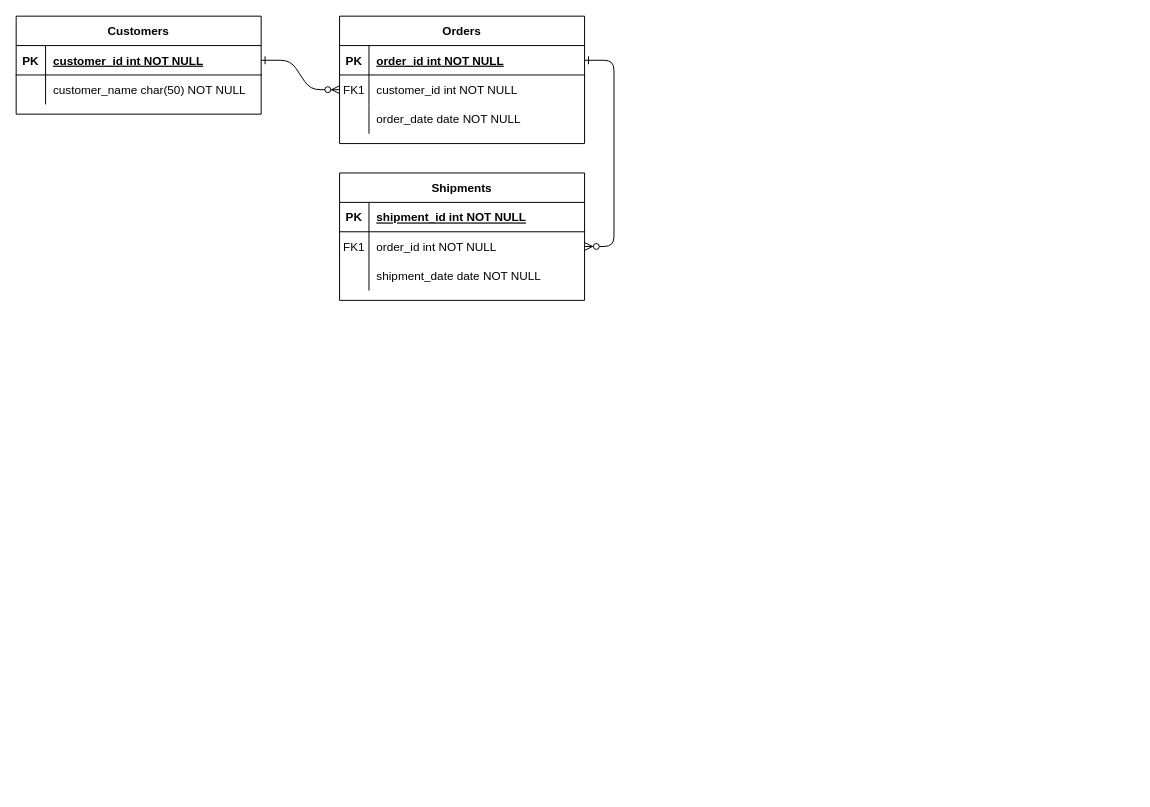
Above: Диаграмма без названия.drawio in Web-destiny/appNotes (draw.io), before the change. Source tidied: cells renumbered, new cells numbered last; positions are measured from the earlier drawing's top-left corner, leaving out a move shared by most shapes. Both pictures are drawn from the tidied source at 98%, with x=0, y=0 at pixel (16, 16).
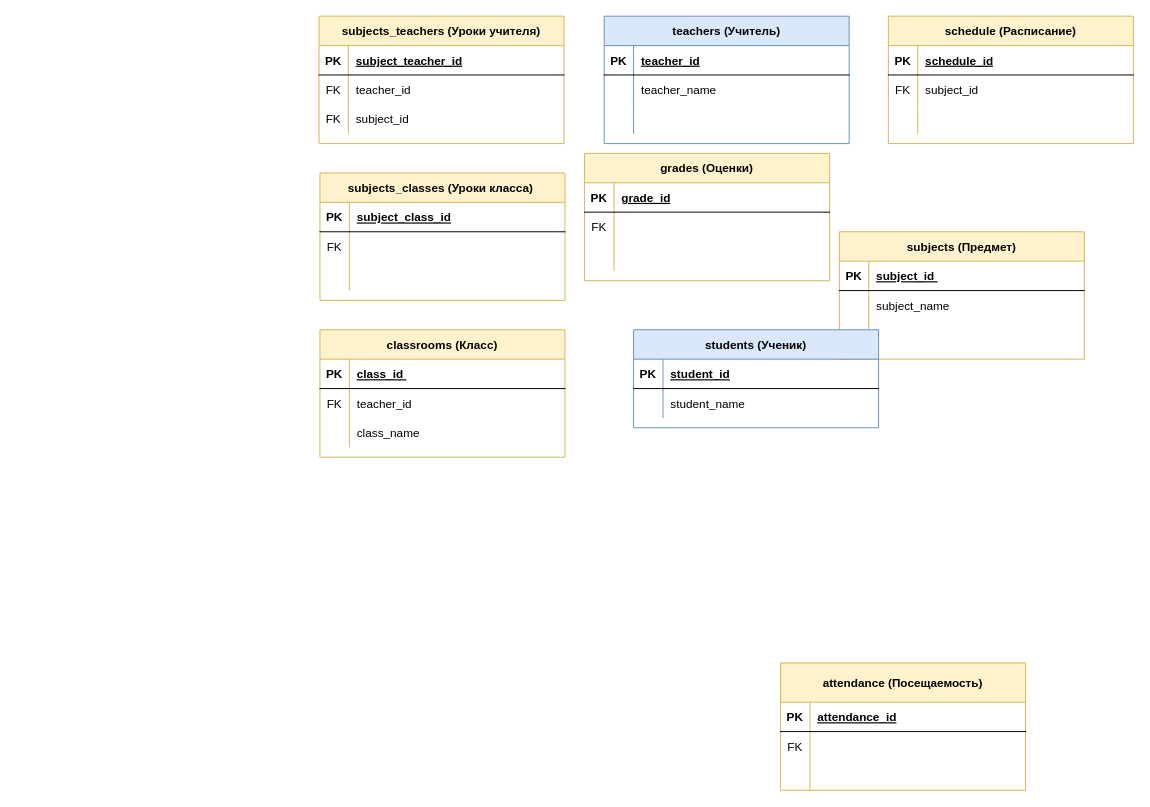
After the change.

The change refers to these unchanged cells:
```xml
<mxCell id="5" style="shape=partialRectangle;fillColor=none;points=[[0,0.5],[1,0.5]];portConstraint=eastwest;top=0;left=0;right=0;bottom=1;" parent="4" vertex="1">
  <mxGeometry y="30" width="250" height="30" as="geometry" />
</mxCell>
<mxCell id="8" style="shape=partialRectangle;fillColor=none;points=[[0,0.5],[1,0.5]];portConstraint=eastwest;top=0;left=0;right=0;bottom=0;" parent="4" vertex="1">
  <mxGeometry y="60" width="250" height="30" as="geometry" />
</mxCell>
<mxCell id="11" style="shape=partialRectangle;fillColor=none;top=0;left=0;right=0;bottom=0;" parent="4" vertex="1">
  <mxGeometry y="90" width="250" height="30" as="geometry" />
</mxCell>
<mxCell id="15" style="shape=partialRectangle;fillColor=none;top=0;left=0;right=0;bottom=1;" parent="14" vertex="1">
  <mxGeometry y="30" width="250" height="30" as="geometry" />
</mxCell>
<mxCell id="25" style="shape=partialRectangle;fillColor=none;points=[[0,0.5],[1,0.5]];portConstraint=eastwest;top=0;left=0;right=0;bottom=1;" parent="24" vertex="1">
  <mxGeometry y="30" width="250" height="30" as="geometry" />
</mxCell>
<mxCell id="28" style="shape=partialRectangle;fillColor=none;top=0;left=0;right=0;bottom=0;" parent="24" vertex="1">
  <mxGeometry y="60" width="250" height="30" as="geometry" />
</mxCell>
```

The edit, as a diff of the source:
```diff
@@
-    <mxCell id="2" style="edgeStyle=entityRelationEdgeStyle;endArrow=ERzeroToMany;startArrow=ERone;endFill=1;startFill=0;" parent="1" edge="1" source="25" target="8">
-      <mxGeometry relative="1" as="geometry" />
-    </mxCell>
-    <mxCell id="3" style="edgeStyle=entityRelationEdgeStyle;endArrow=ERzeroToMany;startArrow=ERone;endFill=1;startFill=0;" parent="1" edge="1" source="5" target="18">
-      <mxGeometry relative="1" as="geometry" />
-    </mxCell>
-    <mxCell id="4" value="Orders" style="shape=table;startSize=30;childLayout=tableLayout;rowLines=0;fontStyle=1;align=center;" parent="1" vertex="1">
-      <mxGeometry x="330" width="250" height="130" as="geometry" />
+    <mxCell id="4" value="teachers (Учитель)" style="shape=table;startSize=30;childLayout=tableLayout;rowLines=0;fontStyle=1;align=center;fillColor=#dae8fc;strokeColor=#6c8ebf;" parent="1" vertex="1">
+      <mxGeometry x="600" width="250" height="130" as="geometry" />
     </mxCell>
@@
-    <mxCell id="7" value="order_id int NOT NULL " style="shape=partialRectangle;overflow=hidden;fillColor=none;top=0;left=0;bottom=0;right=0;align=left;spacingLeft=6;fontStyle=5;" parent="5" vertex="1">
+    <mxCell id="7" value="teacher_id" style="shape=partialRectangle;overflow=hidden;fillColor=none;top=0;left=0;bottom=0;right=0;align=left;spacingLeft=6;fontStyle=5;" parent="5" vertex="1">
       <mxGeometry x="30" width="220" height="30" as="geometry" />
     </mxCell>
@@
-    <mxCell id="9" value="FK1" style="shape=partialRectangle;overflow=hidden;fillColor=none;top=0;left=0;bottom=0;right=0;" parent="8" vertex="1">
+    <mxCell id="9" style="shape=partialRectangle;overflow=hidden;fillColor=none;top=0;left=0;bottom=0;right=0;" parent="8" vertex="1">
       <mxGeometry width="30" height="30" as="geometry" />
     </mxCell>
-    <mxCell id="10" value="customer_id int NOT NULL" style="shape=partialRectangle;overflow=hidden;fillColor=none;top=0;left=0;bottom=0;right=0;align=left;spacingLeft=6;" parent="8" vertex="1">
+    <mxCell id="10" value="teacher_name " style="shape=partialRectangle;overflow=hidden;fillColor=none;top=0;left=0;bottom=0;right=0;align=left;spacingLeft=6;" parent="8" vertex="1">
       <mxGeometry x="30" width="220" height="30" as="geometry" />
     </mxCell>
@@
-    <mxCell id="13" value="order_date date NOT NULL" style="shape=partialRectangle;overflow=hidden;fillColor=none;top=0;left=0;bottom=0;right=0;align=left;spacingLeft=6;" parent="11" vertex="1">
+    <mxCell id="13" style="shape=partialRectangle;overflow=hidden;fillColor=none;top=0;left=0;bottom=0;right=0;align=left;spacingLeft=6;" parent="11" vertex="1">
       <mxGeometry x="30" width="220" height="30" as="geometry" />
     </mxCell>
-    <mxCell id="14" value="Shipments" style="shape=table;startSize=30;childLayout=tableLayout;rowLines=0;fontStyle=1;align=center;" parent="1" vertex="1">
-      <mxGeometry x="330" y="160" width="250" height="130" as="geometry" />
+    <mxCell id="14" value="subjects (Предмет)" style="shape=table;startSize=30;childLayout=tableLayout;rowLines=0;fontStyle=1;align=center;fillColor=#fff2cc;strokeColor=#d6b656;" parent="1" vertex="1">
+      <mxGeometry x="840" y="220" width="250" height="130" as="geometry" />
     </mxCell>
@@
-    <mxCell id="17" value="shipment_id int NOT NULL " style="shape=partialRectangle;overflow=hidden;fillColor=none;top=0;left=0;bottom=0;right=0;align=left;spacingLeft=6;fontStyle=5;" parent="15" vertex="1">
+    <mxCell id="17" value="subject_id " style="shape=partialRectangle;overflow=hidden;fillColor=none;top=0;left=0;bottom=0;right=0;align=left;spacingLeft=6;fontStyle=5;" parent="15" vertex="1">
       <mxGeometry x="30" width="220" height="30" as="geometry" />
     </mxCell>
+    <mxCell id="21" style="shape=partialRectangle;fillColor=none;top=0;left=0;right=0;bottom=0;" parent="14" vertex="1">
+      <mxGeometry y="60" width="250" height="30" as="geometry" />
+    </mxCell>
+    <mxCell id="22" style="shape=partialRectangle;overflow=hidden;fillColor=none;top=0;left=0;bottom=0;right=0;" parent="21" vertex="1">
+      <mxGeometry width="30" height="30" as="geometry" />
+    </mxCell>
+    <mxCell id="23" value="subject_name" style="shape=partialRectangle;overflow=hidden;fillColor=none;top=0;left=0;bottom=0;right=0;align=left;spacingLeft=6;" parent="21" vertex="1">
+      <mxGeometry x="30" width="220" height="30" as="geometry" />
+    </mxCell>
     <mxCell id="18" style="shape=partialRectangle;fillColor=none;points=[[0,0.5],[1,0.5]];portConstraint=eastwest;top=0;left=0;right=0;bottom=0;" parent="14" vertex="1">
-      <mxGeometry y="60" width="250" height="30" as="geometry" />
+      <mxGeometry y="90" width="250" height="30" as="geometry" />
     </mxCell>
-    <mxCell id="19" value="FK1" style="shape=partialRectangle;overflow=hidden;fillColor=none;top=0;left=0;bottom=0;right=0;" parent="18" vertex="1">
+    <mxCell id="19" style="shape=partialRectangle;overflow=hidden;fillColor=none;top=0;left=0;bottom=0;right=0;" parent="18" vertex="1">
       <mxGeometry width="30" height="30" as="geometry" />
     </mxCell>
-    <mxCell id="20" value="order_id int NOT NULL" style="shape=partialRectangle;overflow=hidden;fillColor=none;top=0;left=0;bottom=0;right=0;align=left;spacingLeft=6;" parent="18" vertex="1">
+    <mxCell id="20" style="shape=partialRectangle;overflow=hidden;fillColor=none;top=0;left=0;bottom=0;right=0;align=left;spacingLeft=6;" parent="18" vertex="1">
       <mxGeometry x="30" width="220" height="30" as="geometry" />
     </mxCell>
-    <mxCell id="21" style="shape=partialRectangle;fillColor=none;top=0;left=0;right=0;bottom=0;" parent="14" vertex="1">
-      <mxGeometry y="90" width="250" height="30" as="geometry" />
-    </mxCell>
-    <mxCell id="22" style="shape=partialRectangle;overflow=hidden;fillColor=none;top=0;left=0;bottom=0;right=0;" parent="21" vertex="1">
-      <mxGeometry width="30" height="30" as="geometry" />
-    </mxCell>
-    <mxCell id="23" value="shipment_date date NOT NULL" style="shape=partialRectangle;overflow=hidden;fillColor=none;top=0;left=0;bottom=0;right=0;align=left;spacingLeft=6;" parent="21" vertex="1">
-      <mxGeometry x="30" width="220" height="30" as="geometry" />
-    </mxCell>
-    <mxCell id="24" value="Customers" style="shape=table;startSize=30;childLayout=tableLayout;rowLines=0;fontStyle=1;align=center;" parent="1" vertex="1">
-      <mxGeometry width="250" height="100" as="geometry" />
+    <mxCell id="24" value="students (Ученик)" style="shape=table;startSize=30;childLayout=tableLayout;rowLines=0;fontStyle=1;align=center;fillColor=#dae8fc;strokeColor=#6c8ebf;" parent="1" vertex="1">
+      <mxGeometry x="630" y="320" width="250" height="100" as="geometry" />
     </mxCell>
@@
-    <mxCell id="27" value="customer_id int NOT NULL " style="shape=partialRectangle;overflow=hidden;fillColor=none;top=0;left=0;bottom=0;right=0;align=left;spacingLeft=6;fontStyle=5;" parent="25" vertex="1">
+    <mxCell id="27" value="student_id" style="shape=partialRectangle;overflow=hidden;fillColor=none;top=0;left=0;bottom=0;right=0;align=left;spacingLeft=6;fontStyle=5;" parent="25" vertex="1">
       <mxGeometry x="30" width="220" height="30" as="geometry" />
     </mxCell>
@@
-    <mxCell id="30" value="customer_name char(50) NOT NULL" style="shape=partialRectangle;overflow=hidden;fillColor=none;top=0;left=0;bottom=0;right=0;align=left;spacingLeft=6;" parent="28" vertex="1">
+    <mxCell id="30" value="student_name" style="shape=partialRectangle;overflow=hidden;fillColor=none;top=0;left=0;bottom=0;right=0;align=left;spacingLeft=6;" parent="28" vertex="1">
       <mxGeometry x="30" width="220" height="30" as="geometry" />
     </mxCell>
+    <mxCell id="31" value="classrooms (Класс)" style="shape=table;startSize=30;childLayout=tableLayout;rowLines=0;fontStyle=1;align=center;fillColor=#fff2cc;strokeColor=#d6b656;" parent="1" vertex="1">
+      <mxGeometry x="310" y="320" width="250" height="130" as="geometry" />
+    </mxCell>
+    <mxCell id="32" style="shape=partialRectangle;fillColor=none;top=0;left=0;right=0;bottom=1;" parent="31" vertex="1">
+      <mxGeometry y="30" width="250" height="30" as="geometry" />
+    </mxCell>
+    <mxCell id="33" value="PK" style="shape=partialRectangle;overflow=hidden;fillColor=none;top=0;left=0;bottom=0;right=0;fontStyle=1;" parent="32" vertex="1">
+      <mxGeometry width="30" height="30" as="geometry" />
+    </mxCell>
+    <mxCell id="34" value="class_id " style="shape=partialRectangle;overflow=hidden;fillColor=none;top=0;left=0;bottom=0;right=0;align=left;spacingLeft=6;fontStyle=5;" parent="32" vertex="1">
+      <mxGeometry x="30" width="220" height="30" as="geometry" />
+    </mxCell>
+    <mxCell id="35" style="shape=partialRectangle;fillColor=none;top=0;left=0;right=0;bottom=0;" parent="31" vertex="1">
+      <mxGeometry y="60" width="250" height="30" as="geometry" />
+    </mxCell>
+    <mxCell id="36" value="FK" style="shape=partialRectangle;overflow=hidden;fillColor=none;top=0;left=0;bottom=0;right=0;" parent="35" vertex="1">
+      <mxGeometry width="30" height="30" as="geometry" />
+    </mxCell>
+    <mxCell id="37" value="teacher_id" style="shape=partialRectangle;overflow=hidden;fillColor=none;top=0;left=0;bottom=0;right=0;align=left;spacingLeft=6;" parent="35" vertex="1">
+      <mxGeometry x="30" width="220" height="30" as="geometry" />
+    </mxCell>
+    <mxCell id="38" style="shape=partialRectangle;fillColor=none;top=0;left=0;right=0;bottom=0;" parent="31" vertex="1">
+      <mxGeometry y="90" width="250" height="30" as="geometry" />
+    </mxCell>
+    <mxCell id="39" style="shape=partialRectangle;overflow=hidden;fillColor=none;top=0;left=0;bottom=0;right=0;" parent="38" vertex="1">
+      <mxGeometry width="30" height="30" as="geometry" />
+    </mxCell>
+    <mxCell id="40" value="class_name" style="shape=partialRectangle;overflow=hidden;fillColor=none;top=0;left=0;bottom=0;right=0;align=left;spacingLeft=6;" parent="38" vertex="1">
+      <mxGeometry x="30" width="220" height="30" as="geometry" />
+    </mxCell>
+    <mxCell id="41" value="subjects_teachers (Уроки учителя)" style="shape=table;startSize=30;childLayout=tableLayout;rowLines=0;fontStyle=1;align=center;fillColor=#fff2cc;strokeColor=#d6b656;" parent="1" vertex="1">
+      <mxGeometry x="309" width="250" height="130" as="geometry" />
+    </mxCell>
+    <mxCell id="42" style="shape=partialRectangle;fillColor=none;top=0;left=0;right=0;bottom=1;" parent="41" vertex="1">
+      <mxGeometry y="30" width="250" height="30" as="geometry" />
+    </mxCell>
+    <mxCell id="43" value="PK" style="shape=partialRectangle;overflow=hidden;fillColor=none;top=0;left=0;bottom=0;right=0;fontStyle=1;" parent="42" vertex="1">
+      <mxGeometry width="30" height="30" as="geometry" />
+    </mxCell>
+    <mxCell id="44" value="subject_teacher_id" style="shape=partialRectangle;overflow=hidden;fillColor=none;top=0;left=0;bottom=0;right=0;align=left;spacingLeft=6;fontStyle=5;" parent="42" vertex="1">
+      <mxGeometry x="30" width="220" height="30" as="geometry" />
+    </mxCell>
+    <mxCell id="45" style="shape=partialRectangle;fillColor=none;top=0;left=0;right=0;bottom=0;" parent="41" vertex="1">
+      <mxGeometry y="60" width="250" height="30" as="geometry" />
+    </mxCell>
+    <mxCell id="46" value="FK" style="shape=partialRectangle;overflow=hidden;fillColor=none;top=0;left=0;bottom=0;right=0;" parent="45" vertex="1">
+      <mxGeometry width="30" height="30" as="geometry" />
+    </mxCell>
+    <mxCell id="47" value="teacher_id" style="shape=partialRectangle;overflow=hidden;fillColor=none;top=0;left=0;bottom=0;right=0;align=left;spacingLeft=6;" parent="45" vertex="1">
+      <mxGeometry x="30" width="220" height="30" as="geometry" />
+    </mxCell>
+    <mxCell id="48" style="shape=partialRectangle;fillColor=none;top=0;left=0;right=0;bottom=0;" parent="41" vertex="1">
+      <mxGeometry y="90" width="250" height="30" as="geometry" />
+    </mxCell>
+    <mxCell id="49" value="FK" style="shape=partialRectangle;overflow=hidden;fillColor=none;top=0;left=0;bottom=0;right=0;" parent="48" vertex="1">
+      <mxGeometry width="30" height="30" as="geometry" />
+    </mxCell>
+    <mxCell id="50" value="subject_id" style="shape=partialRectangle;overflow=hidden;fillColor=none;top=0;left=0;bottom=0;right=0;align=left;spacingLeft=6;" parent="48" vertex="1">
+      <mxGeometry x="30" width="220" height="30" as="geometry" />
+    </mxCell>
+    <mxCell id="51" value="attendance (Посещаемость)" style="shape=table;startSize=40;childLayout=tableLayout;rowLines=0;fontStyle=1;align=center;fillColor=#fff2cc;strokeColor=#d6b656;" parent="1" vertex="1">
+      <mxGeometry x="780" y="660" width="250" height="130" as="geometry" />
+    </mxCell>
+    <mxCell id="52" style="shape=partialRectangle;fillColor=none;top=0;left=0;right=0;bottom=1;" parent="51" vertex="1">
+      <mxGeometry y="40" width="250" height="30" as="geometry" />
+    </mxCell>
+    <mxCell id="53" value="PK" style="shape=partialRectangle;overflow=hidden;fillColor=none;top=0;left=0;bottom=0;right=0;fontStyle=1;" parent="52" vertex="1">
+      <mxGeometry width="30" height="30" as="geometry" />
+    </mxCell>
+    <mxCell id="54" value="attendance_id" style="shape=partialRectangle;overflow=hidden;fillColor=none;top=0;left=0;bottom=0;right=0;align=left;spacingLeft=6;fontStyle=5;" parent="52" vertex="1">
+      <mxGeometry x="30" width="220" height="30" as="geometry" />
+    </mxCell>
+    <mxCell id="55" style="shape=partialRectangle;fillColor=none;top=0;left=0;right=0;bottom=0;" parent="51" vertex="1">
+      <mxGeometry y="70" width="250" height="30" as="geometry" />
+    </mxCell>
+    <mxCell id="56" value="FK" style="shape=partialRectangle;overflow=hidden;fillColor=none;top=0;left=0;bottom=0;right=0;" parent="55" vertex="1">
+      <mxGeometry width="30" height="30" as="geometry" />
+    </mxCell>
+    <mxCell id="57" style="shape=partialRectangle;overflow=hidden;fillColor=none;top=0;left=0;bottom=0;right=0;align=left;spacingLeft=6;" parent="55" vertex="1">
+      <mxGeometry x="30" width="220" height="30" as="geometry" />
+    </mxCell>
+    <mxCell id="58" style="shape=partialRectangle;fillColor=none;top=0;left=0;right=0;bottom=0;" parent="51" vertex="1">
+      <mxGeometry y="100" width="250" height="30" as="geometry" />
+    </mxCell>
+    <mxCell id="59" style="shape=partialRectangle;overflow=hidden;fillColor=none;top=0;left=0;bottom=0;right=0;" parent="58" vertex="1">
+      <mxGeometry width="30" height="30" as="geometry" />
+    </mxCell>
+    <mxCell id="60" style="shape=partialRectangle;overflow=hidden;fillColor=none;top=0;left=0;bottom=0;right=0;align=left;spacingLeft=6;" parent="58" vertex="1">
+      <mxGeometry x="30" width="220" height="30" as="geometry" />
+    </mxCell>
+    <mxCell id="61" value="grades (Оценки)" style="shape=table;startSize=30;childLayout=tableLayout;rowLines=0;fontStyle=1;align=center;fillColor=#fff2cc;strokeColor=#d6b656;" parent="1" vertex="1">
+      <mxGeometry x="580" y="140" width="250" height="130" as="geometry" />
+    </mxCell>
+    <mxCell id="62" style="shape=partialRectangle;fillColor=none;top=0;left=0;right=0;bottom=1;" parent="61" vertex="1">
+      <mxGeometry y="30" width="250" height="30" as="geometry" />
+    </mxCell>
+    <mxCell id="63" value="PK" style="shape=partialRectangle;overflow=hidden;fillColor=none;top=0;left=0;bottom=0;right=0;fontStyle=1;" parent="62" vertex="1">
+      <mxGeometry width="30" height="30" as="geometry" />
+    </mxCell>
+    <mxCell id="64" value="grade_id" style="shape=partialRectangle;overflow=hidden;fillColor=none;top=0;left=0;bottom=0;right=0;align=left;spacingLeft=6;fontStyle=5;" parent="62" vertex="1">
+      <mxGeometry x="30" width="220" height="30" as="geometry" />
+    </mxCell>
+    <mxCell id="65" style="shape=partialRectangle;fillColor=none;top=0;left=0;right=0;bottom=0;" parent="61" vertex="1">
+      <mxGeometry y="60" width="250" height="30" as="geometry" />
+    </mxCell>
+    <mxCell id="66" value="FK" style="shape=partialRectangle;overflow=hidden;fillColor=none;top=0;left=0;bottom=0;right=0;" parent="65" vertex="1">
+      <mxGeometry width="30" height="30" as="geometry" />
+    </mxCell>
+    <mxCell id="67" style="shape=partialRectangle;overflow=hidden;fillColor=none;top=0;left=0;bottom=0;right=0;align=left;spacingLeft=6;" parent="65" vertex="1">
+      <mxGeometry x="30" width="220" height="30" as="geometry" />
+    </mxCell>
+    <mxCell id="68" style="shape=partialRectangle;fillColor=none;top=0;left=0;right=0;bottom=0;" parent="61" vertex="1">
+      <mxGeometry y="90" width="250" height="30" as="geometry" />
+    </mxCell>
+    <mxCell id="69" style="shape=partialRectangle;overflow=hidden;fillColor=none;top=0;left=0;bottom=0;right=0;" parent="68" vertex="1">
+      <mxGeometry width="30" height="30" as="geometry" />
+    </mxCell>
+    <mxCell id="70" style="shape=partialRectangle;overflow=hidden;fillColor=none;top=0;left=0;bottom=0;right=0;align=left;spacingLeft=6;" parent="68" vertex="1">
+      <mxGeometry x="30" width="220" height="30" as="geometry" />
+    </mxCell>
+    <mxCell id="71" value="subjects_classes (Уроки класса) " style="shape=table;startSize=30;childLayout=tableLayout;rowLines=0;fontStyle=1;align=center;fillColor=#fff2cc;strokeColor=#d6b656;" parent="1" vertex="1">
+      <mxGeometry x="310" y="160" width="250" height="130" as="geometry" />
+    </mxCell>
+    <mxCell id="72" style="shape=partialRectangle;fillColor=none;top=0;left=0;right=0;bottom=1;" parent="71" vertex="1">
+      <mxGeometry y="30" width="250" height="30" as="geometry" />
+    </mxCell>
+    <mxCell id="73" value="PK" style="shape=partialRectangle;overflow=hidden;fillColor=none;top=0;left=0;bottom=0;right=0;fontStyle=1;" parent="72" vertex="1">
+      <mxGeometry width="30" height="30" as="geometry" />
+    </mxCell>
+    <mxCell id="74" value="subject_class_id" style="shape=partialRectangle;overflow=hidden;fillColor=none;top=0;left=0;bottom=0;right=0;align=left;spacingLeft=6;fontStyle=5;" parent="72" vertex="1">
+      <mxGeometry x="30" width="220" height="30" as="geometry" />
+    </mxCell>
+    <mxCell id="75" style="shape=partialRectangle;fillColor=none;top=0;left=0;right=0;bottom=0;" parent="71" vertex="1">
+      <mxGeometry y="60" width="250" height="30" as="geometry" />
+    </mxCell>
+    <mxCell id="76" value="FK" style="shape=partialRectangle;overflow=hidden;fillColor=none;top=0;left=0;bottom=0;right=0;" parent="75" vertex="1">
+      <mxGeometry width="30" height="30" as="geometry" />
+    </mxCell>
+    <mxCell id="77" style="shape=partialRectangle;overflow=hidden;fillColor=none;top=0;left=0;bottom=0;right=0;align=left;spacingLeft=6;" parent="75" vertex="1">
+      <mxGeometry x="30" width="220" height="30" as="geometry" />
+    </mxCell>
+    <mxCell id="78" style="shape=partialRectangle;fillColor=none;top=0;left=0;right=0;bottom=0;" parent="71" vertex="1">
+      <mxGeometry y="90" width="250" height="30" as="geometry" />
+    </mxCell>
+    <mxCell id="79" style="shape=partialRectangle;overflow=hidden;fillColor=none;top=0;left=0;bottom=0;right=0;" parent="78" vertex="1">
+      <mxGeometry width="30" height="30" as="geometry" />
+    </mxCell>
+    <mxCell id="80" style="shape=partialRectangle;overflow=hidden;fillColor=none;top=0;left=0;bottom=0;right=0;align=left;spacingLeft=6;" parent="78" vertex="1">
+      <mxGeometry x="30" width="220" height="30" as="geometry" />
+    </mxCell>
+    <mxCell id="81" value="schedule (Расписание)" style="shape=table;startSize=30;childLayout=tableLayout;rowLines=0;fontStyle=1;align=center;fillColor=#fff2cc;strokeColor=#d6b656;" parent="1" vertex="1">
+      <mxGeometry x="890" width="250" height="130" as="geometry" />
+    </mxCell>
+    <mxCell id="82" style="shape=partialRectangle;fillColor=none;top=0;left=0;right=0;bottom=1;" parent="81" vertex="1">
+      <mxGeometry y="30" width="250" height="30" as="geometry" />
+    </mxCell>
+    <mxCell id="83" value="PK" style="shape=partialRectangle;overflow=hidden;fillColor=none;top=0;left=0;bottom=0;right=0;fontStyle=1;" parent="82" vertex="1">
+      <mxGeometry width="30" height="30" as="geometry" />
+    </mxCell>
+    <mxCell id="84" value="schedule_id" style="shape=partialRectangle;overflow=hidden;fillColor=none;top=0;left=0;bottom=0;right=0;align=left;spacingLeft=6;fontStyle=5;" parent="82" vertex="1">
+      <mxGeometry x="30" width="220" height="30" as="geometry" />
+    </mxCell>
+    <mxCell id="85" style="shape=partialRectangle;fillColor=none;top=0;left=0;right=0;bottom=0;" parent="81" vertex="1">
+      <mxGeometry y="60" width="250" height="30" as="geometry" />
+    </mxCell>
+    <mxCell id="86" value="FK" style="shape=partialRectangle;overflow=hidden;fillColor=none;top=0;left=0;bottom=0;right=0;" parent="85" vertex="1">
+      <mxGeometry width="30" height="30" as="geometry" />
+    </mxCell>
+    <mxCell id="87" value="subject_id" style="shape=partialRectangle;overflow=hidden;fillColor=none;top=0;left=0;bottom=0;right=0;align=left;spacingLeft=6;" parent="85" vertex="1">
+      <mxGeometry x="30" width="220" height="30" as="geometry" />
+    </mxCell>
+    <mxCell id="88" style="shape=partialRectangle;fillColor=none;top=0;left=0;right=0;bottom=0;" parent="81" vertex="1">
+      <mxGeometry y="90" width="250" height="30" as="geometry" />
+    </mxCell>
+    <mxCell id="89" style="shape=partialRectangle;overflow=hidden;fillColor=none;top=0;left=0;bottom=0;right=0;" parent="88" vertex="1">
+      <mxGeometry width="30" height="30" as="geometry" />
+    </mxCell>
+    <mxCell id="90" style="shape=partialRectangle;overflow=hidden;fillColor=none;top=0;left=0;bottom=0;right=0;align=left;spacingLeft=6;" parent="88" vertex="1">
+      <mxGeometry x="30" width="220" height="30" as="geometry" />
+    </mxCell>
```
